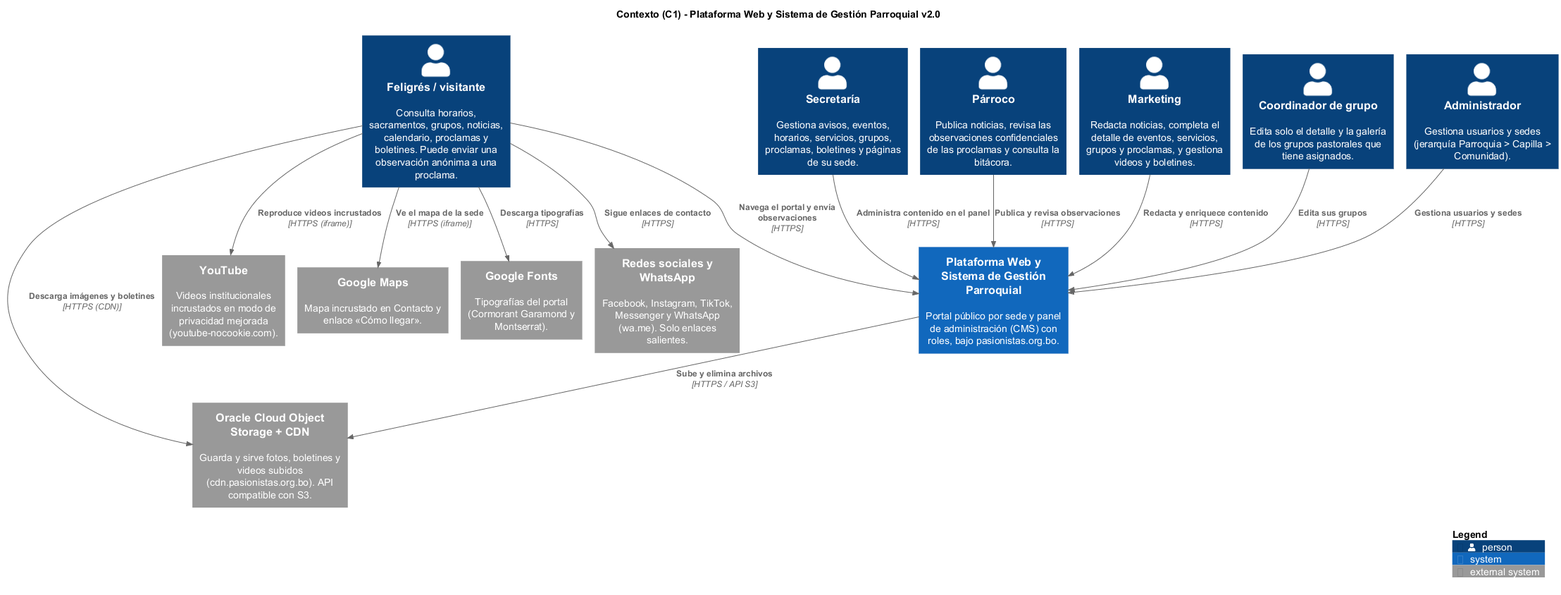
Before: modelos/c4/v2/C1-contexto.png, a diagram exported from PlantUML (mauriloopezb17/IngeSoftware).
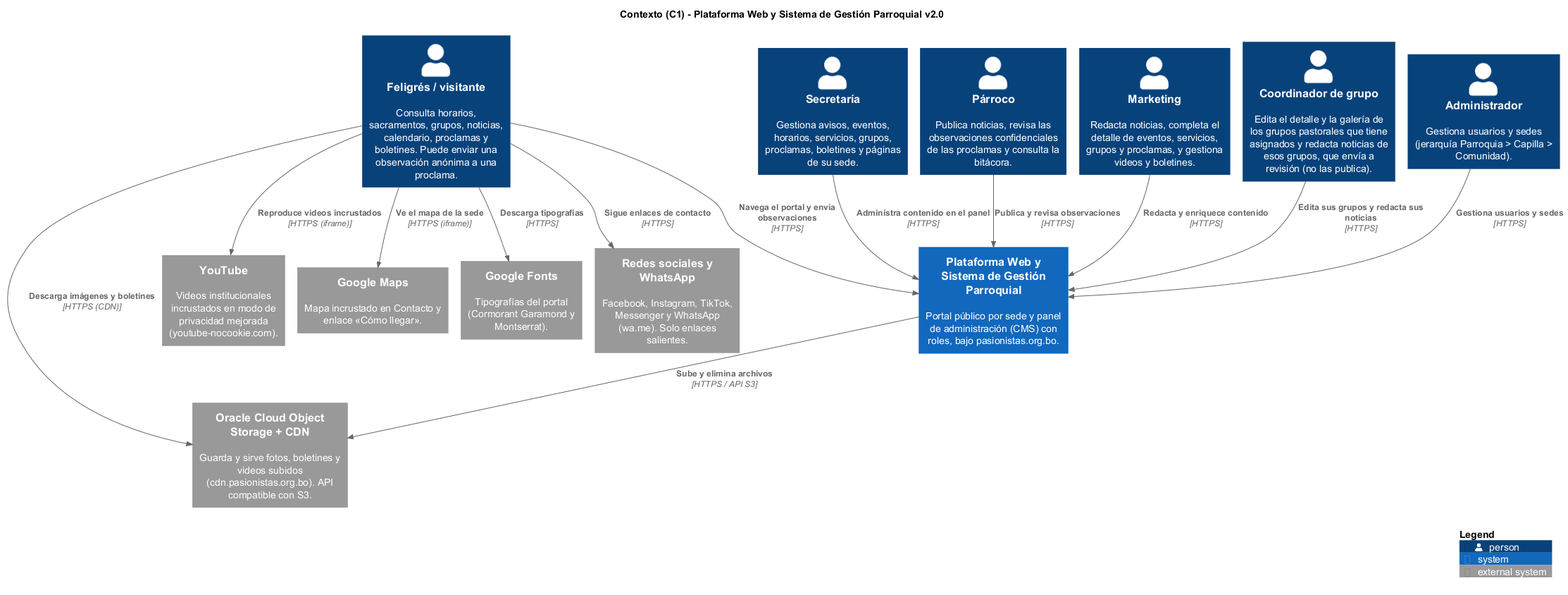
After the commit.

Commit message:
[docs] actualizar el rol coordinador en el C4 v2 tras el permiso de noticias

What changed in the source:
```diff
@@ -10,7 +10,7 @@
 Person(secretaria, "Secretaría", "Gestiona avisos, eventos, horarios, servicios, grupos, proclamas, boletines y páginas de su sede.")
 Person(parroco, "Párroco", "Publica noticias, revisa las observaciones confidenciales de las proclamas y consulta la bitácora.")
 Person(marketing, "Marketing", "Redacta noticias, completa el detalle de eventos, servicios, grupos y proclamas, y gestiona videos y boletines.")
-Person(coordinador, "Coordinador de grupo", "Edita solo el detalle y la galería de los grupos pastorales que tiene asignados.")
+Person(coordinador, "Coordinador de grupo", "Edita el detalle y la galería de los grupos pastorales que tiene asignados y redacta noticias de esos grupos, que envía a revisión (no las publica).")
 Person(administrador, "Administrador", "Gestiona usuarios y sedes (jerarquía Parroquia > Capilla > Comunidad).")
 
 System(plataforma, "Plataforma Web y Sistema de Gestión Parroquial", "Portal público por sede y panel de administración (CMS) con roles, bajo pasionistas.org.bo.")
@@ -25,7 +25,7 @@
 Rel(secretaria, plataforma, "Administra contenido en el panel", "HTTPS")
 Rel(parroco, plataforma, "Publica y revisa observaciones", "HTTPS")
 Rel(marketing, plataforma, "Redacta y enriquece contenido", "HTTPS")
-Rel(coordinador, plataforma, "Edita sus grupos", "HTTPS")
+Rel(coordinador, plataforma, "Edita sus grupos y redacta sus noticias", "HTTPS")
 Rel(administrador, plataforma, "Gestiona usuarios y sedes", "HTTPS")
 
 Rel(plataforma, oci, "Sube y elimina archivos", "HTTPS / API S3")
```
